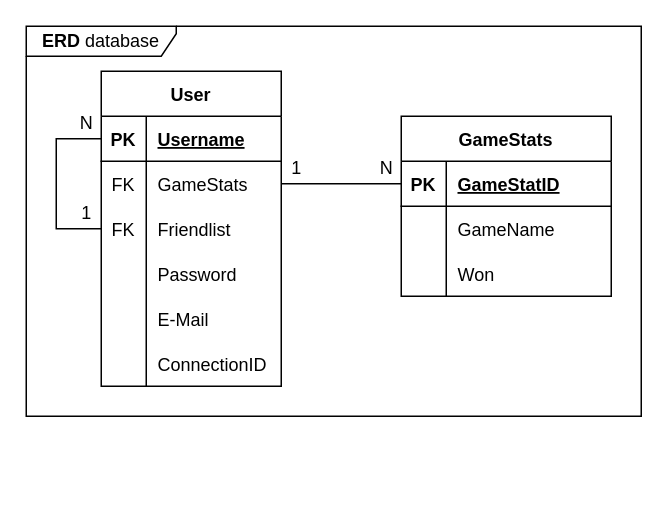
Macradon/I7BAC-PlugNPlay keeps this draw.io diagram as diagrams/database/entity-relation-diagram.drawio. Above is the earlier version. Source tidied: cells renumbered, new cells numbered last; positions are measured from the earlier drawing's top-left corner, leaving out a move shared by most shapes. Both pictures are drawn from the tidied source at 150%, with x=0, y=0 at pixel (26, 26).
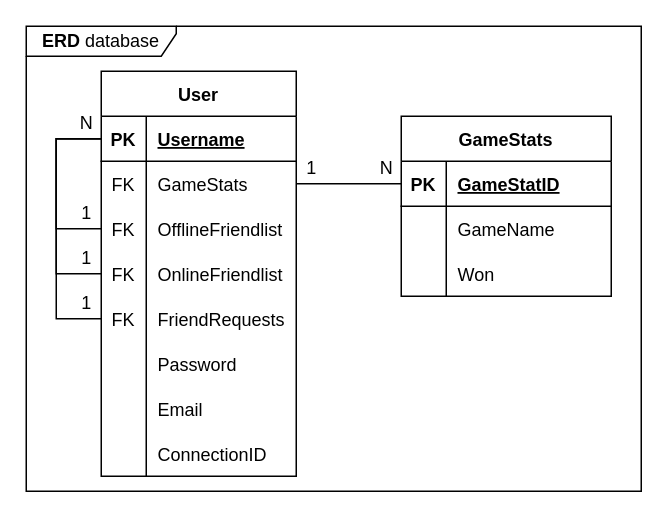
The same page after the edit.

Change to the diagram source:
```diff
@@
     <mxCell id="2" value="User" style="shape=table;startSize=30;childLayout=tableLayout;rowLines=0;fontStyle=1;align=center;" parent="1" vertex="1">
-      <mxGeometry x="50" y="30" width="120" height="210" as="geometry" />
+      <mxGeometry x="50" y="30" width="130" height="270" as="geometry" />
     </mxCell>
     <mxCell id="3" style="shape=partialRectangle;fillColor=none;top=0;left=0;bottom=1;right=0;points=[[0,0.5],[1,0.5]];portConstraint=eastwest;" parent="2" vertex="1">
-      <mxGeometry y="30" width="120" height="30" as="geometry" />
+      <mxGeometry y="30" width="130" height="30" as="geometry" />
     </mxCell>
@@
     <mxCell id="5" value="Username" style="shape=partialRectangle;fillColor=none;top=0;left=0;bottom=0;right=0;align=left;spacingLeft=6;fontStyle=5;overflow=hidden;" parent="3" vertex="1">
-      <mxGeometry x="30" width="90" height="30" as="geometry" />
+      <mxGeometry x="30" width="100" height="30" as="geometry" />
     </mxCell>
@@
     <mxCell id="7" style="shape=partialRectangle;fillColor=none;top=0;left=0;bottom=0;right=0;points=[[0,0.5],[1,0.5]];portConstraint=eastwest;" parent="2" vertex="1">
-      <mxGeometry y="60" width="120" height="30" as="geometry" />
+      <mxGeometry y="60" width="130" height="30" as="geometry" />
     </mxCell>
@@
     <mxCell id="9" value="GameStats" style="shape=partialRectangle;fillColor=none;top=0;left=0;bottom=0;right=0;align=left;spacingLeft=6;overflow=hidden;" parent="7" vertex="1">
-      <mxGeometry x="30" width="90" height="30" as="geometry" />
+      <mxGeometry x="30" width="100" height="30" as="geometry" />
     </mxCell>
     <mxCell id="10" style="shape=partialRectangle;fillColor=none;top=0;left=0;bottom=0;right=0;points=[[0,0.5],[1,0.5]];portConstraint=eastwest;" parent="2" vertex="1">
-      <mxGeometry y="90" width="120" height="30" as="geometry" />
+      <mxGeometry y="90" width="130" height="30" as="geometry" />
     </mxCell>
@@
-    <mxCell id="12" value="Friendlist" style="shape=partialRectangle;fillColor=none;top=0;left=0;bottom=0;right=0;align=left;spacingLeft=6;overflow=hidden;" parent="10" vertex="1">
-      <mxGeometry x="30" width="90" height="30" as="geometry" />
+    <mxCell id="12" value="OfflineFriendlist" style="shape=partialRectangle;fillColor=none;top=0;left=0;bottom=0;right=0;align=left;spacingLeft=6;overflow=hidden;" parent="10" vertex="1">
+      <mxGeometry x="30" width="100" height="30" as="geometry" />
     </mxCell>
+    <mxCell id="38" style="edgeStyle=orthogonalEdgeStyle;rounded=0;jettySize=auto;html=1;exitX=0;exitY=0.5;exitDx=0;exitDy=0;entryX=0;entryY=0.5;entryDx=0;entryDy=0;endArrow=none;endFill=0;" parent="2" edge="1" source="13" target="3">
+      <mxGeometry relative="1" as="geometry">
+        <Array as="points">
+          <mxPoint x="-30" y="135" />
+          <mxPoint x="-30" y="45" />
+        </Array>
+      </mxGeometry>
+    </mxCell>
     <mxCell id="13" style="shape=partialRectangle;fillColor=none;top=0;left=0;bottom=0;right=0;points=[[0,0.5],[1,0.5]];portConstraint=eastwest;" parent="2" vertex="1">
-      <mxGeometry y="120" width="120" height="30" as="geometry" />
+      <mxGeometry y="120" width="130" height="30" as="geometry" />
     </mxCell>
-    <mxCell id="14" style="shape=partialRectangle;fillColor=none;top=0;left=0;bottom=0;right=0;overflow=hidden;" parent="13" vertex="1">
+    <mxCell id="14" value="FK" style="shape=partialRectangle;fillColor=none;top=0;left=0;bottom=0;right=0;overflow=hidden;" parent="13" vertex="1">
       <mxGeometry width="30" height="30" as="geometry" />
     </mxCell>
-    <mxCell id="15" value="Password" style="shape=partialRectangle;fillColor=none;top=0;left=0;bottom=0;right=0;align=left;spacingLeft=6;overflow=hidden;" parent="13" vertex="1">
-      <mxGeometry x="30" width="90" height="30" as="geometry" />
+    <mxCell id="15" value="OnlineFriendlist" style="shape=partialRectangle;fillColor=none;top=0;left=0;bottom=0;right=0;align=left;spacingLeft=6;overflow=hidden;" parent="13" vertex="1">
+      <mxGeometry x="30" width="100" height="30" as="geometry" />
     </mxCell>
+    <mxCell id="39" style="edgeStyle=orthogonalEdgeStyle;rounded=0;jettySize=auto;html=1;entryX=0;entryY=0.5;entryDx=0;entryDy=0;endArrow=none;endFill=0;" parent="2" edge="1" source="16" target="3">
+      <mxGeometry relative="1" as="geometry">
+        <Array as="points">
+          <mxPoint x="-30" y="165" />
+          <mxPoint x="-30" y="45" />
+        </Array>
+      </mxGeometry>
+    </mxCell>
     <mxCell id="16" style="shape=partialRectangle;fillColor=none;top=0;left=0;bottom=0;right=0;points=[[0,0.5],[1,0.5]];portConstraint=eastwest;" parent="2" vertex="1">
-      <mxGeometry y="150" width="120" height="30" as="geometry" />
+      <mxGeometry y="150" width="130" height="30" as="geometry" />
     </mxCell>
-    <mxCell id="17" style="shape=partialRectangle;fillColor=none;top=0;left=0;bottom=0;right=0;overflow=hidden;" parent="16" vertex="1">
+    <mxCell id="17" value="FK" style="shape=partialRectangle;fillColor=none;top=0;left=0;bottom=0;right=0;overflow=hidden;" parent="16" vertex="1">
       <mxGeometry width="30" height="30" as="geometry" />
     </mxCell>
-    <mxCell id="18" value="E-Mail" style="shape=partialRectangle;fillColor=none;top=0;left=0;bottom=0;right=0;align=left;spacingLeft=6;overflow=hidden;" parent="16" vertex="1">
-      <mxGeometry x="30" width="90" height="30" as="geometry" />
+    <mxCell id="18" value="FriendRequests" style="shape=partialRectangle;fillColor=none;top=0;left=0;bottom=0;right=0;align=left;spacingLeft=6;overflow=hidden;" parent="16" vertex="1">
+      <mxGeometry x="30" width="100" height="30" as="geometry" />
     </mxCell>
     <mxCell id="19" style="shape=partialRectangle;fillColor=none;top=0;left=0;bottom=0;right=0;" parent="2" vertex="1">
-      <mxGeometry y="180" width="120" height="30" as="geometry" />
+      <mxGeometry y="180" width="130" height="30" as="geometry" />
     </mxCell>
@@
-    <mxCell id="21" value="ConnectionID" style="shape=partialRectangle;fillColor=none;top=0;left=0;bottom=0;right=0;align=left;spacingLeft=6;overflow=hidden;" parent="19" vertex="1">
-      <mxGeometry x="30" width="90" height="30" as="geometry" />
+    <mxCell id="21" value="Password" style="shape=partialRectangle;fillColor=none;top=0;left=0;bottom=0;right=0;align=left;spacingLeft=6;overflow=hidden;" parent="19" vertex="1">
+      <mxGeometry x="30" width="100" height="30" as="geometry" />
     </mxCell>
+    <mxCell id="40" style="shape=partialRectangle;fillColor=none;top=0;left=0;bottom=0;right=0;" parent="2" vertex="1">
+      <mxGeometry y="210" width="130" height="30" as="geometry" />
+    </mxCell>
+    <mxCell id="41" style="shape=partialRectangle;fillColor=none;top=0;left=0;bottom=0;right=0;overflow=hidden;" parent="40" vertex="1">
+      <mxGeometry width="30" height="30" as="geometry" />
+    </mxCell>
+    <mxCell id="42" value="Email" style="shape=partialRectangle;fillColor=none;top=0;left=0;bottom=0;right=0;align=left;spacingLeft=6;overflow=hidden;" parent="40" vertex="1">
+      <mxGeometry x="30" width="100" height="30" as="geometry" />
+    </mxCell>
+    <mxCell id="43" style="shape=partialRectangle;fillColor=none;top=0;left=0;bottom=0;right=0;" parent="2" vertex="1">
+      <mxGeometry y="240" width="130" height="30" as="geometry" />
+    </mxCell>
+    <mxCell id="44" style="shape=partialRectangle;fillColor=none;top=0;left=0;bottom=0;right=0;overflow=hidden;" parent="43" vertex="1">
+      <mxGeometry width="30" height="30" as="geometry" />
+    </mxCell>
+    <mxCell id="45" value="ConnectionID" style="shape=partialRectangle;fillColor=none;top=0;left=0;bottom=0;right=0;align=left;spacingLeft=6;overflow=hidden;" parent="43" vertex="1">
+      <mxGeometry x="30" width="100" height="30" as="geometry" />
+    </mxCell>
@@
     <mxCell id="23" value="&lt;b&gt;ERD&lt;/b&gt; database" style="shape=umlFrame;whiteSpace=wrap;html=1;width=100;height=20;" parent="1" vertex="1">
-      <mxGeometry width="410" height="260" as="geometry" />
+      <mxGeometry width="410" height="310" as="geometry" />
     </mxCell>
@@
     <mxCell id="35" value="1" style="text;html=1;align=center;verticalAlign=middle;" parent="1" vertex="1">
-      <mxGeometry x="170" y="85" width="20" height="20" as="geometry" />
+      <mxGeometry x="180" y="85" width="20" height="20" as="geometry" />
     </mxCell>
@@
+    <mxCell id="46" value="1" style="text;html=1;align=center;verticalAlign=middle;" parent="1" vertex="1">
+      <mxGeometry x="30" y="145" width="20" height="20" as="geometry" />
+    </mxCell>
+    <mxCell id="47" value="1" style="text;html=1;align=center;verticalAlign=middle;" parent="1" vertex="1">
+      <mxGeometry x="30" y="175" width="20" height="20" as="geometry" />
+    </mxCell>
```
